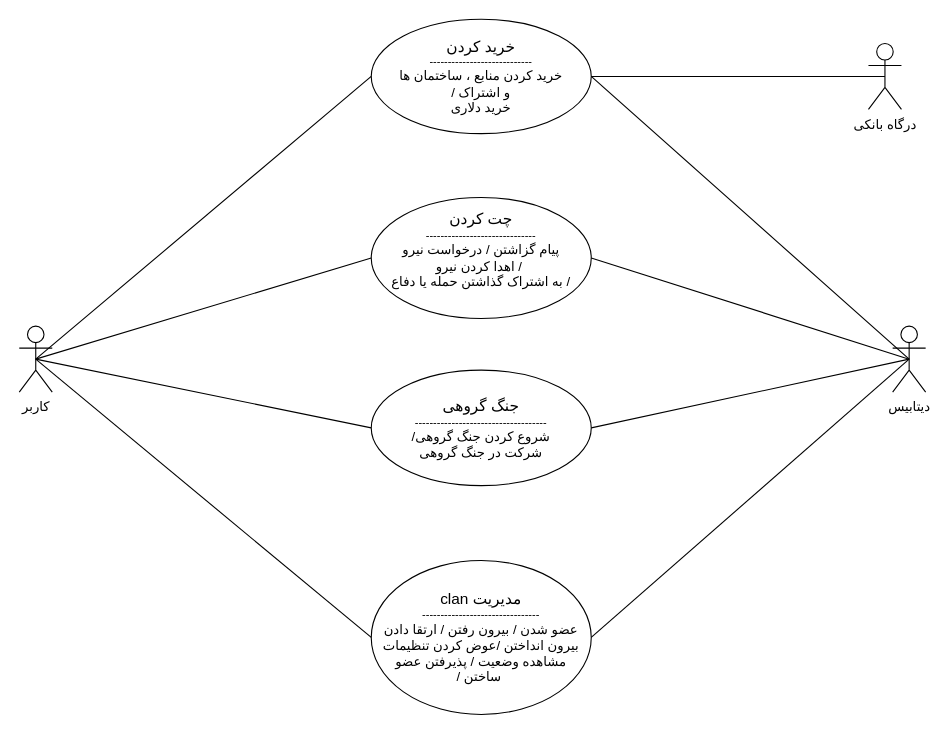
Before: page "Page-3" (3 of 3) of Use case.drawio in nimamdd/clash-of-clans, a draw.io diagram. Source tidied: cells renumbered, new cells numbered last; positions are measured from the earlier drawing's top-left corner, leaving out a move shared by most shapes. Both pictures are drawn from the tidied source at 110%, with x=0, y=0 at pixel (19, 19).
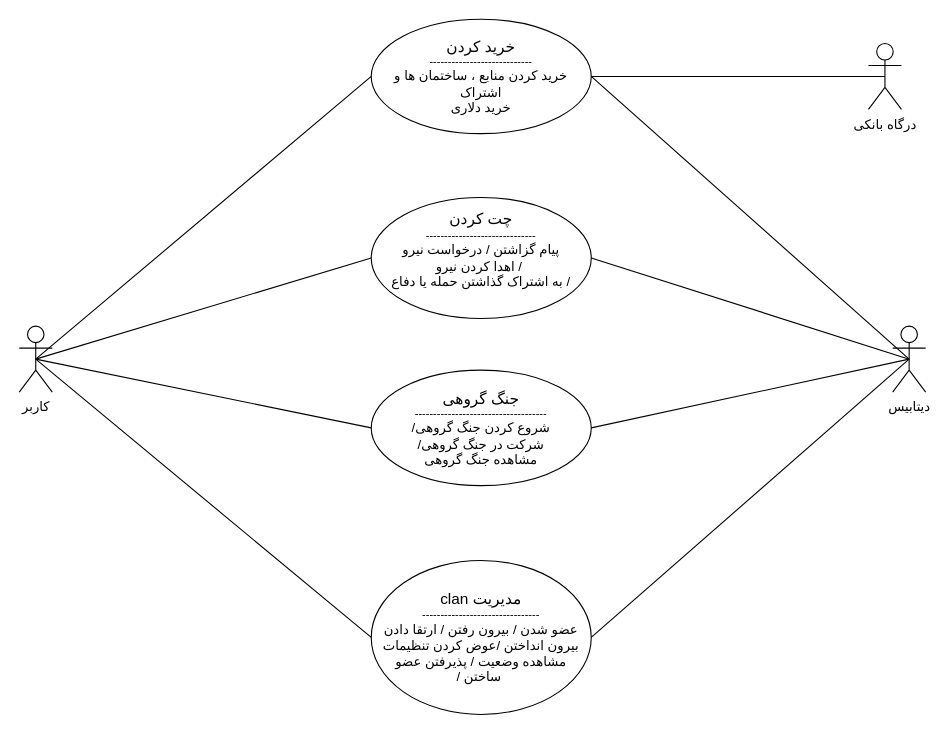
The same diagram, later.

Diff of the diagram source:
```diff
@@
 <mxGraphModel>
   <root>
     <mxCell id="0" />
     <mxCell id="1" parent="0" />
     <mxCell id="2" style="edgeStyle=none;curved=1;rounded=0;jettySize=auto;html=1;exitX=0.5;exitY=0.5;exitDx=0;exitDy=0;exitPerimeter=0;entryX=0;entryY=0.5;entryDx=0;entryDy=0;fontSize=12;startSize=8;endSize=8;endArrow=none;endFill=0;" parent="1" edge="1" source="3" target="16">
       <mxGeometry relative="1" as="geometry" />
     </mxCell>
     <mxCell id="3" value="کاربر" style="shape=umlActor;verticalLabelPosition=bottom;verticalAlign=top;html=1;" parent="1" vertex="1">
       <mxGeometry y="279" width="30" height="60" as="geometry" />
     </mxCell>
-    <mxCell id="4" value="&lt;div&gt;&lt;span style=&quot;font-size: 14px;&quot;&gt;خرید کردن&lt;/span&gt;&lt;br&gt;&lt;/div&gt;&lt;div style=&quot;font-size: 10px;&quot;&gt;&lt;span style=&quot;&quot;&gt;----------------------------&lt;/span&gt;&lt;/div&gt;&lt;div&gt;&lt;font style=&quot;font-size: 12px;&quot;&gt;خرید کردن منابع ، ساختمان ها&lt;/font&gt;&lt;/div&gt;&lt;div style=&quot;&quot;&gt;/ و اشتراک&lt;/div&gt;&lt;div style=&quot;&quot;&gt;خرید دلاری&lt;/div&gt;" style="ellipse;whiteSpace=wrap;html=1;" parent="1" vertex="1">
+    <mxCell id="4" value="&lt;div&gt;&lt;span style=&quot;font-size: 14px;&quot;&gt;خرید کردن&lt;/span&gt;&lt;br&gt;&lt;/div&gt;&lt;div style=&quot;font-size: 10px;&quot;&gt;&lt;span style=&quot;&quot;&gt;----------------------------&lt;/span&gt;&lt;/div&gt;&lt;div&gt;&lt;font style=&quot;font-size: 12px;&quot;&gt;خرید کردن منابع ، ساختمان ها&lt;/font&gt;&amp;nbsp;و اشتراک&lt;/div&gt;&lt;div style=&quot;&quot;&gt;خرید دلاری&lt;/div&gt;" style="ellipse;whiteSpace=wrap;html=1;" parent="1" vertex="1">
       <mxGeometry x="320" width="200" height="104" as="geometry" />
     </mxCell>
     <mxCell id="5" style="edgeStyle=none;curved=1;rounded=0;jettySize=auto;html=1;exitX=0;exitY=0.5;exitDx=0;exitDy=0;fontSize=12;entryX=0.5;entryY=0.5;entryDx=0;entryDy=0;entryPerimeter=0;endArrow=none;endFill=0;" parent="1" edge="1" source="6" target="3">
       <mxGeometry relative="1" as="geometry" />
     </mxCell>
     <mxCell id="6" value="&lt;div&gt;&lt;span style=&quot;font-size: 14px;&quot;&gt;چت کردن&lt;/span&gt;&lt;br&gt;&lt;/div&gt;&lt;div style=&quot;font-size: 10px;&quot;&gt;&lt;span style=&quot;&quot;&gt;------------------------------&lt;/span&gt;&lt;/div&gt;&lt;div style=&quot;&quot;&gt;پیام گزاشتن / درخواست نیرو&lt;/div&gt;&lt;div style=&quot;&quot;&gt;اهدا کردن نیرو /&amp;nbsp;&lt;/div&gt;&lt;div style=&quot;&quot;&gt;به اشتراک گذاشتن حمله یا دفاع /&lt;/div&gt;&lt;div style=&quot;&quot;&gt;&lt;br&gt;&lt;/div&gt;" style="ellipse;whiteSpace=wrap;html=1;" parent="1" vertex="1">
       <mxGeometry x="320" y="162" width="200" height="110" as="geometry" />
     </mxCell>
     <mxCell id="7" value="دیتابیس" style="shape=umlActor;verticalLabelPosition=bottom;verticalAlign=top;html=1;" parent="1" vertex="1">
       <mxGeometry x="794" y="279" width="30" height="60" as="geometry" />
     </mxCell>
     <mxCell id="8" style="edgeStyle=none;curved=1;rounded=0;jettySize=auto;html=1;exitX=0;exitY=0.5;exitDx=0;exitDy=0;entryX=0.5;entryY=0.5;entryDx=0;entryDy=0;entryPerimeter=0;fontSize=12;startSize=8;endSize=8;endArrow=none;endFill=0;" parent="1" edge="1" source="4" target="3">
       <mxGeometry relative="1" as="geometry" />
     </mxCell>
     <mxCell id="9" value="&lt;font style=&quot;font-size: 14px;&quot;&gt;clan مدیریت&lt;/font&gt;&lt;div style=&quot;font-size: 10px;&quot;&gt;&lt;font style=&quot;font-size: 10px;&quot;&gt;--------------------------------&lt;/font&gt;&lt;/div&gt;&lt;div style=&quot;&quot;&gt;عضو شدن / بیرون رفتن / ارتقا دادن&lt;/div&gt;&lt;div style=&quot;&quot;&gt;بیرون انداختن /عوض کردن تنظیمات&lt;/div&gt;&lt;div style=&quot;&quot;&gt;مشاهده وضعيت / پذیرفتن عضو&lt;/div&gt;&lt;div style=&quot;&quot;&gt;/ ساختن&amp;nbsp;&lt;/div&gt;" style="ellipse;whiteSpace=wrap;html=1;" parent="1" vertex="1">
       <mxGeometry x="320" y="492" width="200" height="140" as="geometry" />
     </mxCell>
     <mxCell id="10" style="edgeStyle=none;curved=1;rounded=0;jettySize=auto;html=1;exitX=0;exitY=0.5;exitDx=0;exitDy=0;entryX=0.5;entryY=0.5;entryDx=0;entryDy=0;entryPerimeter=0;fontSize=12;startSize=8;endSize=8;endArrow=none;endFill=0;" parent="1" edge="1" source="9" target="3">
       <mxGeometry relative="1" as="geometry" />
     </mxCell>
     <mxCell id="11" style="edgeStyle=none;curved=1;rounded=0;jettySize=auto;html=1;exitX=1;exitY=0.5;exitDx=0;exitDy=0;entryX=0.5;entryY=0.5;entryDx=0;entryDy=0;entryPerimeter=0;fontSize=12;startSize=8;endSize=8;endArrow=none;endFill=0;" parent="1" edge="1" source="6" target="7">
       <mxGeometry relative="1" as="geometry" />
     </mxCell>
     <mxCell id="12" style="edgeStyle=none;curved=1;rounded=0;jettySize=auto;html=1;exitX=1;exitY=0.5;exitDx=0;exitDy=0;entryX=0.5;entryY=0.5;entryDx=0;entryDy=0;entryPerimeter=0;fontSize=12;startSize=8;endSize=8;endArrow=none;endFill=0;" parent="1" edge="1" source="4" target="7">
       <mxGeometry relative="1" as="geometry" />
     </mxCell>
     <mxCell id="13" style="edgeStyle=none;curved=1;rounded=0;jettySize=auto;html=1;exitX=1;exitY=0.5;exitDx=0;exitDy=0;entryX=0.5;entryY=0.5;entryDx=0;entryDy=0;entryPerimeter=0;fontSize=12;startSize=8;endSize=8;endArrow=none;endFill=0;" parent="1" edge="1" source="9" target="7">
       <mxGeometry relative="1" as="geometry" />
     </mxCell>
     <mxCell id="14" value="درگاه بانکی" style="shape=umlActor;verticalLabelPosition=bottom;verticalAlign=top;html=1;" parent="1" vertex="1">
       <mxGeometry x="772" y="22" width="30" height="60" as="geometry" />
     </mxCell>
     <mxCell id="15" style="edgeStyle=none;curved=1;rounded=0;jettySize=auto;html=1;exitX=1;exitY=0.5;exitDx=0;exitDy=0;entryX=0.5;entryY=0.5;entryDx=0;entryDy=0;entryPerimeter=0;fontSize=12;startSize=8;endSize=8;endArrow=none;endFill=0;" parent="1" edge="1" source="4" target="14">
       <mxGeometry relative="1" as="geometry" />
     </mxCell>
-    <mxCell id="16" value="&lt;font style=&quot;font-size: 14px;&quot;&gt;جنگ گروهی&lt;/font&gt;&lt;div style=&quot;font-size: 10px;&quot;&gt;------------------------------------&lt;/div&gt;&lt;div&gt;&lt;font style=&quot;font-size: 12px;&quot;&gt;/شروع کردن جنگ گروهی&lt;/font&gt;&lt;/div&gt;&lt;div&gt;&lt;font style=&quot;font-size: 12px;&quot;&gt;شرکت در جنگ گروهی&lt;/font&gt;&lt;/div&gt;" style="ellipse;whiteSpace=wrap;html=1;" parent="1" vertex="1">
+    <mxCell id="16" value="&lt;font style=&quot;font-size: 14px;&quot;&gt;جنگ گروهی&lt;/font&gt;&lt;div style=&quot;font-size: 10px;&quot;&gt;------------------------------------&lt;/div&gt;&lt;div&gt;&lt;font style=&quot;font-size: 12px;&quot;&gt;/شروع کردن جنگ گروهی&lt;/font&gt;&lt;/div&gt;&lt;div&gt;&lt;font style=&quot;font-size: 12px;&quot;&gt;/شرکت در جنگ گروهی&lt;/font&gt;&lt;/div&gt;&lt;div&gt;&lt;font style=&quot;font-size: 12px;&quot;&gt;مشاهده جنگ گروهی&lt;/font&gt;&lt;/div&gt;" style="ellipse;whiteSpace=wrap;html=1;" parent="1" vertex="1">
       <mxGeometry x="320" y="319" width="200" height="105" as="geometry" />
     </mxCell>
     <mxCell id="17" style="edgeStyle=none;curved=1;rounded=0;jettySize=auto;html=1;exitX=1;exitY=0.5;exitDx=0;exitDy=0;entryX=0.5;entryY=0.5;entryDx=0;entryDy=0;entryPerimeter=0;fontSize=12;startSize=8;endSize=8;endArrow=none;endFill=0;" parent="1" edge="1" source="16" target="7">
       <mxGeometry relative="1" as="geometry" />
     </mxCell>
   </root>
 </mxGraphModel>
```
